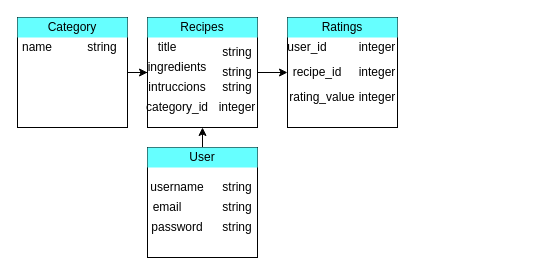
Above: 1.drawio in melissa0191/-Gourmet-Guidebook--project (draw.io), before the change. Source tidied: cells renumbered, new cells numbered last; positions are measured from the earlier drawing's top-left corner, leaving out a move shared by most shapes. Both pictures are drawn from the tidied source at 100%, with x=0, y=0 at pixel (17, 17).
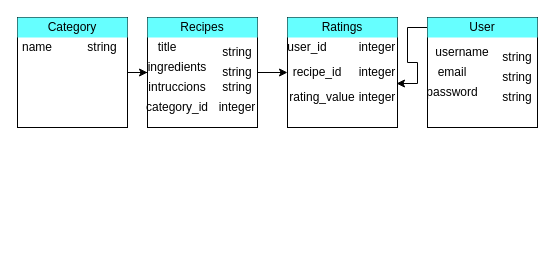
The same page after the edit.

Unchanged cells that the change refers to:
```xml
<mxCell id="5" style="whiteSpace=wrap;html=1;" parent="1" vertex="1">
  <mxGeometry x="130" width="110" height="110" as="geometry" />
</mxCell>
<mxCell id="31" value="integer" style="text;html=1;strokeColor=none;fillColor=none;align=center;verticalAlign=middle;whiteSpace=wrap;rounded=0;" parent="1" vertex="1">
  <mxGeometry x="340" y="70" width="40" height="20" as="geometry" />
</mxCell>
```

The edit, as a diff of the source:
```diff
@@
-    <mxCell id="7" style="edgeStyle=orthogonalEdgeStyle;rounded=0;jettySize=auto;html=1;exitX=0.5;exitY=0;exitDx=0;exitDy=0;entryX=0.5;entryY=1;entryDx=0;entryDy=0;" parent="1" edge="1" source="8" target="5">
-      <mxGeometry relative="1" as="geometry" />
-    </mxCell>
     <mxCell id="8" style="whiteSpace=wrap;html=1;" parent="1" vertex="1">
-      <mxGeometry x="130" y="130" width="110" height="110" as="geometry" />
+      <mxGeometry x="410" width="110" height="110" as="geometry" />
     </mxCell>
@@
+    <mxCell id="35" style="edgeStyle=orthogonalEdgeStyle;rounded=0;jettySize=auto;html=1;entryX=0.975;entryY=-0.2;entryDx=0;entryDy=0;entryPerimeter=0;" parent="1" edge="1" source="12" target="31">
+      <mxGeometry relative="1" as="geometry" />
+    </mxCell>
     <mxCell id="12" value="User" style="text;html=1;strokeColor=none;fillColor=#66FFFF;align=center;verticalAlign=middle;whiteSpace=wrap;rounded=0;" parent="1" vertex="1">
-      <mxGeometry x="130" y="130" width="110" height="20" as="geometry" />
+      <mxGeometry x="410" width="110" height="20" as="geometry" />
     </mxCell>
@@
     <mxCell id="21" value="username" style="text;html=1;strokeColor=none;fillColor=none;align=center;verticalAlign=middle;whiteSpace=wrap;rounded=0;" parent="1" vertex="1">
-      <mxGeometry x="140" y="160" width="40" height="20" as="geometry" />
+      <mxGeometry x="425" y="25" width="40" height="20" as="geometry" />
     </mxCell>
     <mxCell id="22" value="email" style="text;html=1;strokeColor=none;fillColor=none;align=center;verticalAlign=middle;whiteSpace=wrap;rounded=0;" parent="1" vertex="1">
-      <mxGeometry x="130" y="180" width="40" height="20" as="geometry" />
+      <mxGeometry x="415" y="45" width="40" height="20" as="geometry" />
     </mxCell>
     <mxCell id="23" value="password" style="text;html=1;strokeColor=none;fillColor=none;align=center;verticalAlign=middle;whiteSpace=wrap;rounded=0;" parent="1" vertex="1">
-      <mxGeometry x="140" y="200" width="40" height="20" as="geometry" />
+      <mxGeometry x="415" y="65" width="40" height="20" as="geometry" />
     </mxCell>
@@
     <mxCell id="32" value="string" style="text;html=1;strokeColor=none;fillColor=none;align=center;verticalAlign=middle;whiteSpace=wrap;rounded=0;" parent="1" vertex="1">
-      <mxGeometry x="200" y="160" width="40" height="20" as="geometry" />
+      <mxGeometry x="480" y="30" width="40" height="20" as="geometry" />
     </mxCell>
-    <mxCell id="33" value="string" style="text;html=1;strokeColor=none;fillColor=none;align=center;verticalAlign=middle;whiteSpace=wrap;rounded=0;" parent="1" vertex="1">
-      <mxGeometry x="200" y="180" width="40" height="20" as="geometry" />
+    <mxCell id="33" value="string" style="text;html=1;strokeColor=none;fillColor=none;align=center;verticalAlign=middle;whiteSpace=wrap;rounded=0;direction=south;" parent="1" vertex="1">
+      <mxGeometry x="490" y="40" width="20" height="40" as="geometry" />
     </mxCell>
     <mxCell id="34" value="string" style="text;html=1;strokeColor=none;fillColor=none;align=center;verticalAlign=middle;whiteSpace=wrap;rounded=0;" parent="1" vertex="1">
-      <mxGeometry x="200" y="200" width="40" height="20" as="geometry" />
+      <mxGeometry x="480" y="70" width="40" height="20" as="geometry" />
     </mxCell>
```
